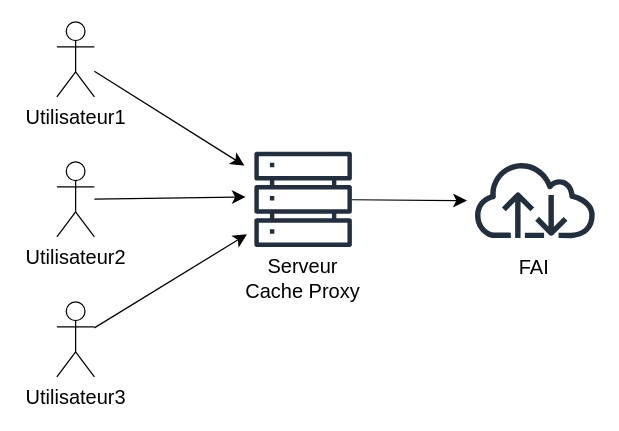
The draw.io diagram equipe-c/doc/images/cache-proxy.drawio in Mattieu2t/s5b01_, before the edit. Source tidied: cells renumbered, new cells numbered last; positions are measured from the earlier drawing's top-left corner, leaving out a move shared by most shapes. Both pictures are drawn from the tidied source at 125%, with x=0, y=0 at pixel (56, 21).
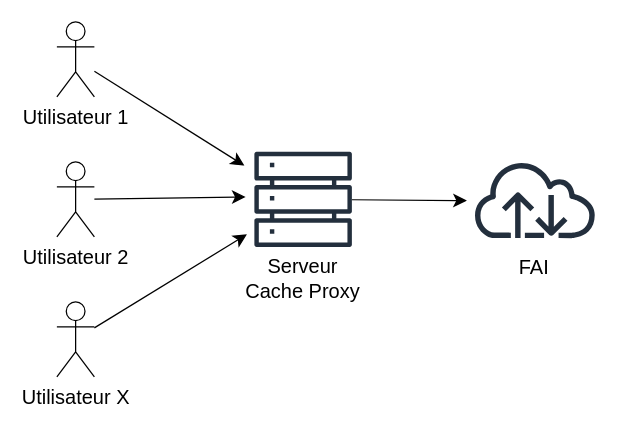
The same page after the edit.

Commit message (it also covers changes not shown here):
mini modifications doc proxy

Diff of the diagram source:
```diff
@@
 <mxGraphModel>
   <root>
     <mxCell id="0" />
     <mxCell id="1" parent="0" />
     <mxCell id="2" style="edgeStyle=none;curved=1;rounded=0;jettySize=auto;html=1;fontSize=12;startSize=8;endSize=8;" parent="1" edge="1" source="3">
       <mxGeometry relative="1" as="geometry">
         <mxPoint x="150" y="115" as="targetPoint" />
       </mxGeometry>
     </mxCell>
-    <mxCell id="3" value="Utilisateur1" style="shape=umlActor;verticalLabelPosition=bottom;verticalAlign=top;html=1;outlineConnect=0;fontSize=16;" parent="1" vertex="1">
+    <mxCell id="3" value="Utilisateur 1" style="shape=umlActor;verticalLabelPosition=bottom;verticalAlign=top;html=1;outlineConnect=0;fontSize=16;" parent="1" vertex="1">
       <mxGeometry width="30" height="60" as="geometry" />
     </mxCell>
     <mxCell id="4" style="edgeStyle=none;curved=1;rounded=0;jettySize=auto;html=1;fontSize=12;startSize=8;endSize=8;" parent="1" edge="1" source="5">
       <mxGeometry relative="1" as="geometry">
         <mxPoint x="151" y="140" as="targetPoint" />
       </mxGeometry>
     </mxCell>
-    <mxCell id="5" value="Utilisateur2" style="shape=umlActor;verticalLabelPosition=bottom;verticalAlign=top;html=1;outlineConnect=0;fontSize=16;" parent="1" vertex="1">
+    <mxCell id="5" value="Utilisateur 2" style="shape=umlActor;verticalLabelPosition=bottom;verticalAlign=top;html=1;outlineConnect=0;fontSize=16;" parent="1" vertex="1">
       <mxGeometry y="112" width="30" height="60" as="geometry" />
     </mxCell>
     <mxCell id="6" style="edgeStyle=none;curved=1;rounded=0;jettySize=auto;html=1;fontSize=12;startSize=8;endSize=8;" parent="1" edge="1" source="7">
       <mxGeometry relative="1" as="geometry">
         <mxPoint x="152" y="170" as="targetPoint" />
       </mxGeometry>
     </mxCell>
-    <mxCell id="7" value="Utilisateur3" style="shape=umlActor;verticalLabelPosition=bottom;verticalAlign=top;html=1;outlineConnect=0;fontSize=16;" parent="1" vertex="1">
+    <mxCell id="7" value="Utilisateur X" style="shape=umlActor;verticalLabelPosition=bottom;verticalAlign=top;html=1;outlineConnect=0;fontSize=16;" parent="1" vertex="1">
       <mxGeometry y="224" width="30" height="60" as="geometry" />
     </mxCell>
     <mxCell id="8" style="edgeStyle=none;curved=1;rounded=0;jettySize=auto;html=1;fontSize=12;startSize=8;endSize=8;" parent="1" edge="1" source="9">
       <mxGeometry relative="1" as="geometry">
         <mxPoint x="328" y="143" as="targetPoint" />
       </mxGeometry>
     </mxCell>
     <mxCell id="9" style="sketch=0;outlineConnect=0;fontColor=#232F3E;gradientColor=none;fillColor=#232F3D;strokeColor=none;dashed=0;verticalLabelPosition=bottom;verticalAlign=top;align=center;html=1;fontSize=12;fontStyle=0;shape=mxgraph.aws4.servers;" parent="1" vertex="1">
       <mxGeometry x="158" y="103" width="78" height="78" as="geometry" />
     </mxCell>
     <mxCell id="10" value="&lt;div&gt;Serveur&lt;/div&gt;&lt;div&gt;Cache Proxy&lt;br&gt;&lt;/div&gt;" style="text;html=1;strokeColor=none;fillColor=none;align=center;verticalAlign=middle;whiteSpace=wrap;rounded=0;fontSize=16;" parent="1" vertex="1">
       <mxGeometry x="139" y="190" width="116" height="30" as="geometry" />
     </mxCell>
     <mxCell id="11" style="sketch=0;fontColor=#232F3E;gradientColor=none;fillColor=#232F3D;strokeColor=none;dashed=0;verticalLabelPosition=bottom;verticalAlign=top;align=center;html=1;fontSize=12;fontStyle=0;shape=mxgraph.aws4.internet;" parent="1" vertex="1">
       <mxGeometry x="332" y="111" width="100.8" height="62" as="geometry" />
     </mxCell>
     <mxCell id="12" value="FAI" style="text;html=1;strokeColor=none;fillColor=none;align=center;verticalAlign=middle;whiteSpace=wrap;rounded=0;fontSize=16;" parent="1" vertex="1">
       <mxGeometry x="352.4" y="181" width="60" height="30" as="geometry" />
     </mxCell>
   </root>
 </mxGraphModel>
```
